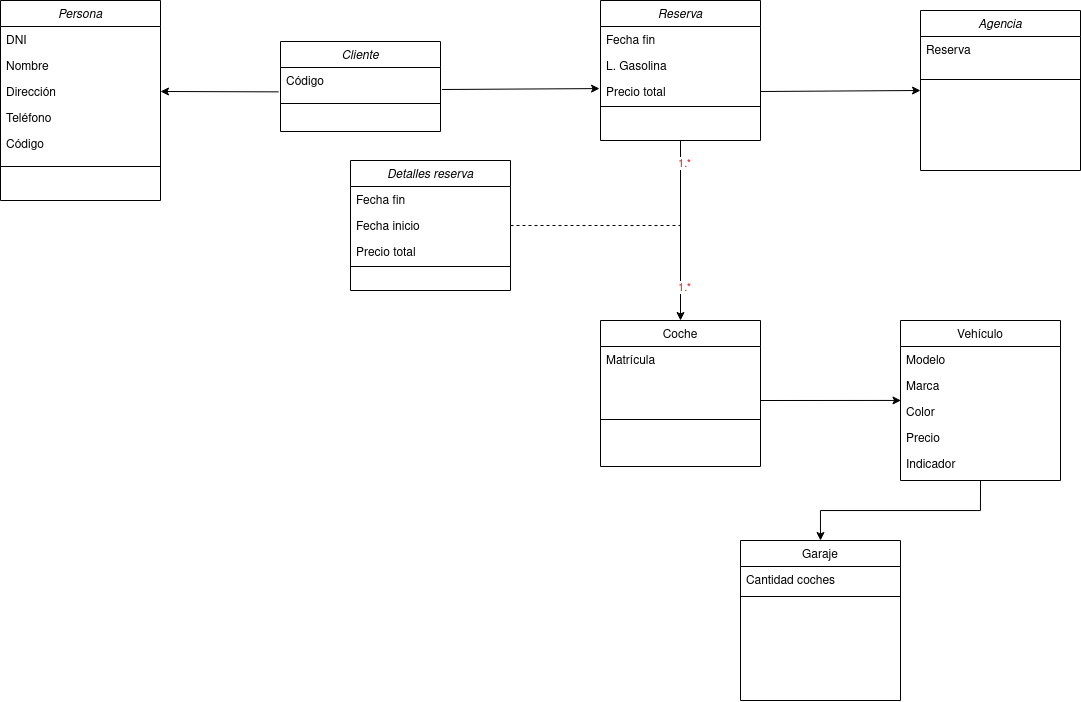
This is Tareas/AlquierCoches.drawio.png from colidom/ets, a draw.io export, as it was before one commit. Source tidied: cells renumbered, new cells last; positions are measured from the earlier drawing's top-left corner, leaving out a move shared by most shapes. The source it was exported from:
```xml
<mxGraphModel>
  <root>
    <mxCell id="0" />
    <mxCell id="1" parent="0" />
    <mxCell id="2" value="Persona" style="swimlane;fontStyle=2;align=center;verticalAlign=top;horizontal=1;startSize=26;rounded=0;shadow=0;strokeWidth=1;" parent="1" vertex="1">
      <mxGeometry width="160" height="200" as="geometry" />
    </mxCell>
    <mxCell id="3" value="DNI" style="text;align=left;verticalAlign=top;spacingLeft=4;spacingRight=4;overflow=hidden;" parent="2" vertex="1">
      <mxGeometry y="26" width="160" height="26" as="geometry" />
    </mxCell>
    <mxCell id="4" value="Nombre" style="text;align=left;verticalAlign=top;spacingLeft=4;spacingRight=4;overflow=hidden;rounded=0;shadow=0;html=0;" parent="2" vertex="1">
      <mxGeometry y="52" width="160" height="26" as="geometry" />
    </mxCell>
    <mxCell id="5" value="Dirección" style="text;align=left;verticalAlign=top;spacingLeft=4;spacingRight=4;overflow=hidden;points=[[0,0.5],[1,0.5]];portConstraint=eastwest;rounded=0;shadow=0;html=0;" parent="2" vertex="1">
      <mxGeometry y="78" width="160" height="26" as="geometry" />
    </mxCell>
    <mxCell id="6" value="Teléfono" style="text;align=left;verticalAlign=top;spacingLeft=4;spacingRight=4;overflow=hidden;rounded=0;shadow=0;html=0;" parent="2" vertex="1">
      <mxGeometry y="104" width="160" height="26" as="geometry" />
    </mxCell>
    <mxCell id="7" value="Código" style="text;align=left;verticalAlign=top;spacingLeft=4;spacingRight=4;overflow=hidden;rounded=0;shadow=0;html=0;" parent="2" vertex="1">
      <mxGeometry y="130" width="160" height="26" as="geometry" />
    </mxCell>
    <mxCell id="8" style="line;html=1;strokeWidth=1;align=left;verticalAlign=middle;spacingTop=-1;spacingLeft=3;spacingRight=3;labelPosition=right;" parent="2" vertex="1">
      <mxGeometry y="156" width="160" height="20" as="geometry" />
    </mxCell>
    <mxCell id="9" value="Coche" style="swimlane;fontStyle=0;align=center;verticalAlign=top;horizontal=1;startSize=26;rounded=0;shadow=0;strokeWidth=1;" parent="1" vertex="1">
      <mxGeometry x="600" y="320" width="160" height="146" as="geometry" />
    </mxCell>
    <mxCell id="10" value="Matrícula" style="text;align=left;verticalAlign=top;spacingLeft=4;spacingRight=4;overflow=hidden;" parent="9" vertex="1">
      <mxGeometry y="26" width="160" height="26" as="geometry" />
    </mxCell>
    <mxCell id="11" style="line;html=1;strokeWidth=1;align=left;verticalAlign=middle;spacingTop=-1;spacingLeft=3;spacingRight=3;labelPosition=right;" parent="9" vertex="1">
      <mxGeometry y="52" width="160" height="94" as="geometry" />
    </mxCell>
    <mxCell id="12" style="edgeStyle=orthogonalEdgeStyle;rounded=0;jettySize=auto;html=1;entryX=0.5;entryY=0;entryDx=0;entryDy=0;exitX=0.5;exitY=1;exitDx=0;exitDy=0;" parent="1" edge="1" source="21" target="9">
      <mxGeometry relative="1" as="geometry" />
    </mxCell>
    <mxCell id="13" value="&lt;font color=&quot;#e01b24&quot;&gt;1.*&lt;/font&gt;" style="edgeLabel;html=1;align=center;verticalAlign=middle;" parent="12" vertex="1">
      <mxGeometry x="-0.75" y="3" relative="1" as="geometry" />
    </mxCell>
    <mxCell id="14" value="&lt;font color=&quot;#e01b24&quot;&gt;1.*&lt;/font&gt;" style="edgeLabel;html=1;align=center;verticalAlign=middle;" parent="12" vertex="1">
      <mxGeometry x="0.62" y="3" relative="1" as="geometry" />
    </mxCell>
    <mxCell id="15" value="Agencia" style="swimlane;fontStyle=2;align=center;verticalAlign=top;horizontal=1;startSize=26;rounded=0;shadow=0;strokeWidth=1;" parent="1" vertex="1">
      <mxGeometry x="920" y="10" width="160" height="160" as="geometry" />
    </mxCell>
    <mxCell id="16" value="Reserva" style="text;align=left;verticalAlign=top;spacingLeft=4;spacingRight=4;overflow=hidden;" parent="15" vertex="1">
      <mxGeometry y="26" width="160" height="26" as="geometry" />
    </mxCell>
    <mxCell id="17" style="line;html=1;strokeWidth=1;align=left;verticalAlign=middle;spacingTop=-1;spacingLeft=3;spacingRight=3;labelPosition=right;" parent="15" vertex="1">
      <mxGeometry y="52" width="160" height="34" as="geometry" />
    </mxCell>
    <mxCell id="18" value="Garaje" style="swimlane;fontStyle=0;align=center;verticalAlign=top;horizontal=1;startSize=26;rounded=0;shadow=0;strokeWidth=1;" parent="1" vertex="1">
      <mxGeometry x="740" y="540" width="160" height="160" as="geometry" />
    </mxCell>
    <mxCell id="19" value="Cantidad coches" style="text;align=left;verticalAlign=top;spacingLeft=4;spacingRight=4;overflow=hidden;rounded=0;shadow=0;html=0;" parent="18" vertex="1">
      <mxGeometry y="26" width="160" height="26" as="geometry" />
    </mxCell>
    <mxCell id="20" style="line;html=1;strokeWidth=1;align=left;verticalAlign=middle;spacingTop=-1;spacingLeft=3;spacingRight=3;labelPosition=right;" parent="18" vertex="1">
      <mxGeometry y="52" width="160" height="8" as="geometry" />
    </mxCell>
    <mxCell id="21" value="Reserva" style="swimlane;fontStyle=2;align=center;verticalAlign=top;horizontal=1;startSize=26;rounded=0;shadow=0;strokeWidth=1;" parent="1" vertex="1">
      <mxGeometry x="600" width="160" height="140" as="geometry" />
    </mxCell>
    <mxCell id="22" value="Fecha fin" style="text;align=left;verticalAlign=top;spacingLeft=4;spacingRight=4;overflow=hidden;rounded=0;shadow=0;html=0;" parent="21" vertex="1">
      <mxGeometry y="26" width="160" height="26" as="geometry" />
    </mxCell>
    <mxCell id="23" value="L. Gasolina" style="text;align=left;verticalAlign=top;spacingLeft=4;spacingRight=4;overflow=hidden;rounded=0;shadow=0;html=0;" parent="21" vertex="1">
      <mxGeometry y="52" width="160" height="26" as="geometry" />
    </mxCell>
    <mxCell id="24" value="Precio total" style="text;align=left;verticalAlign=top;spacingLeft=4;spacingRight=4;overflow=hidden;rounded=0;shadow=0;html=0;" parent="21" vertex="1">
      <mxGeometry y="78" width="160" height="26" as="geometry" />
    </mxCell>
    <mxCell id="25" style="line;html=1;strokeWidth=1;align=left;verticalAlign=middle;spacingTop=-1;spacingLeft=3;spacingRight=3;labelPosition=right;" parent="21" vertex="1">
      <mxGeometry y="104" width="160" height="4" as="geometry" />
    </mxCell>
    <mxCell id="26" value="Cliente" style="swimlane;fontStyle=2;align=center;verticalAlign=top;horizontal=1;startSize=26;rounded=0;shadow=0;strokeWidth=1;" parent="1" vertex="1">
      <mxGeometry x="280" y="41" width="160" height="90" as="geometry" />
    </mxCell>
    <mxCell id="27" value="Código" style="text;align=left;verticalAlign=top;spacingLeft=4;spacingRight=4;overflow=hidden;points=[[0,0.5],[1,0.5]];portConstraint=eastwest;rounded=0;shadow=0;html=0;" parent="26" vertex="1">
      <mxGeometry y="26" width="160" height="26" as="geometry" />
    </mxCell>
    <mxCell id="28" style="line;html=1;strokeWidth=1;align=left;verticalAlign=middle;spacingTop=-1;spacingLeft=3;spacingRight=3;labelPosition=right;" parent="26" vertex="1">
      <mxGeometry y="52" width="160" height="20" as="geometry" />
    </mxCell>
    <mxCell id="29" style="endArrow=classic;html=1;rounded=0;entryX=1;entryY=0.5;entryDx=0;entryDy=0;exitX=-0.011;exitY=0.937;exitDx=0;exitDy=0;exitPerimeter=0;" parent="1" edge="1" source="27" target="5">
      <mxGeometry relative="1" as="geometry" />
    </mxCell>
    <mxCell id="30" style="endArrow=classic;html=1;rounded=0;entryX=-0.006;entryY=0.388;entryDx=0;entryDy=0;exitX=1.01;exitY=0.846;exitDx=0;exitDy=0;exitPerimeter=0;entryPerimeter=0;" parent="1" edge="1" source="27">
      <mxGeometry relative="1" as="geometry">
        <mxPoint x="599" y="88.1" as="targetPoint" />
      </mxGeometry>
    </mxCell>
    <mxCell id="31" style="endArrow=classic;html=1;rounded=0;exitX=0.5;exitY=1;exitDx=0;exitDy=0;entryX=0.5;entryY=0;entryDx=0;entryDy=0;edgeStyle=orthogonalEdgeStyle;" parent="1" edge="1" source="39" target="18">
      <mxGeometry relative="1" as="geometry" />
    </mxCell>
    <mxCell id="32" style="endArrow=classic;html=1;rounded=0;exitX=1;exitY=0.5;exitDx=0;exitDy=0;entryX=0;entryY=0.5;entryDx=0;entryDy=0;" parent="1" edge="1" target="15">
      <mxGeometry relative="1" as="geometry">
        <mxPoint x="760" y="91" as="sourcePoint" />
      </mxGeometry>
    </mxCell>
    <mxCell id="33" value="Detalles reserva" style="swimlane;fontStyle=2;align=center;verticalAlign=top;horizontal=1;startSize=26;rounded=0;shadow=0;strokeWidth=1;" parent="1" vertex="1">
      <mxGeometry x="350" y="160" width="160" height="130" as="geometry" />
    </mxCell>
    <mxCell id="34" value="Fecha fin" style="text;align=left;verticalAlign=top;spacingLeft=4;spacingRight=4;overflow=hidden;rounded=0;shadow=0;html=0;" parent="33" vertex="1">
      <mxGeometry y="26" width="160" height="26" as="geometry" />
    </mxCell>
    <mxCell id="35" value="Fecha inicio" style="text;align=left;verticalAlign=top;spacingLeft=4;spacingRight=4;overflow=hidden;points=[[0,0.5],[1,0.5]];portConstraint=eastwest;" parent="33" vertex="1">
      <mxGeometry y="52" width="160" height="26" as="geometry" />
    </mxCell>
    <mxCell id="36" value="Precio total" style="text;align=left;verticalAlign=top;spacingLeft=4;spacingRight=4;overflow=hidden;rounded=0;shadow=0;html=0;" parent="33" vertex="1">
      <mxGeometry y="78" width="160" height="26" as="geometry" />
    </mxCell>
    <mxCell id="37" style="line;html=1;strokeWidth=1;align=left;verticalAlign=middle;spacingTop=-1;spacingLeft=3;spacingRight=3;labelPosition=right;" parent="33" vertex="1">
      <mxGeometry y="104" width="160" height="4" as="geometry" />
    </mxCell>
    <mxCell id="38" style="endArrow=none;html=1;rounded=0;exitX=1;exitY=0.5;exitDx=0;exitDy=0;endFill=0;dashed=1;" parent="1" edge="1" source="35">
      <mxGeometry relative="1" as="geometry">
        <mxPoint x="680" y="225" as="targetPoint" />
      </mxGeometry>
    </mxCell>
    <mxCell id="39" value="Vehículo" style="swimlane;fontStyle=0;align=center;verticalAlign=top;horizontal=1;startSize=26;rounded=0;shadow=0;strokeWidth=1;" parent="1" vertex="1">
      <mxGeometry x="900" y="320" width="160" height="160" as="geometry" />
    </mxCell>
    <mxCell id="40" value="Modelo    " style="text;align=left;verticalAlign=top;spacingLeft=4;spacingRight=4;overflow=hidden;rounded=0;shadow=0;html=0;" parent="39" vertex="1">
      <mxGeometry y="26" width="160" height="26" as="geometry" />
    </mxCell>
    <mxCell id="41" value="Marca" style="text;align=left;verticalAlign=top;spacingLeft=4;spacingRight=4;overflow=hidden;points=[[0,0.5],[1,0.5]];portConstraint=eastwest;rounded=0;shadow=0;html=0;" parent="39" vertex="1">
      <mxGeometry y="52" width="160" height="26" as="geometry" />
    </mxCell>
    <mxCell id="42" value="Color" style="text;align=left;verticalAlign=top;spacingLeft=4;spacingRight=4;overflow=hidden;rounded=0;shadow=0;html=0;" parent="39" vertex="1">
      <mxGeometry y="78" width="160" height="26" as="geometry" />
    </mxCell>
    <mxCell id="43" value="Precio" style="text;align=left;verticalAlign=top;spacingLeft=4;spacingRight=4;overflow=hidden;rounded=0;shadow=0;html=0;" parent="39" vertex="1">
      <mxGeometry y="104" width="160" height="26" as="geometry" />
    </mxCell>
    <mxCell id="44" value="Indicador" style="text;align=left;verticalAlign=top;spacingLeft=4;spacingRight=4;overflow=hidden;rounded=0;shadow=0;html=0;" parent="39" vertex="1">
      <mxGeometry y="130" width="160" height="26" as="geometry" />
    </mxCell>
    <mxCell id="45" style="endArrow=classic;html=1;rounded=0;entryX=0.003;entryY=1.075;entryDx=0;entryDy=0;entryPerimeter=0;" parent="1" edge="1" target="41">
      <mxGeometry relative="1" as="geometry">
        <mxPoint x="760" y="400" as="sourcePoint" />
      </mxGeometry>
    </mxCell>
  </root>
</mxGraphModel>
```
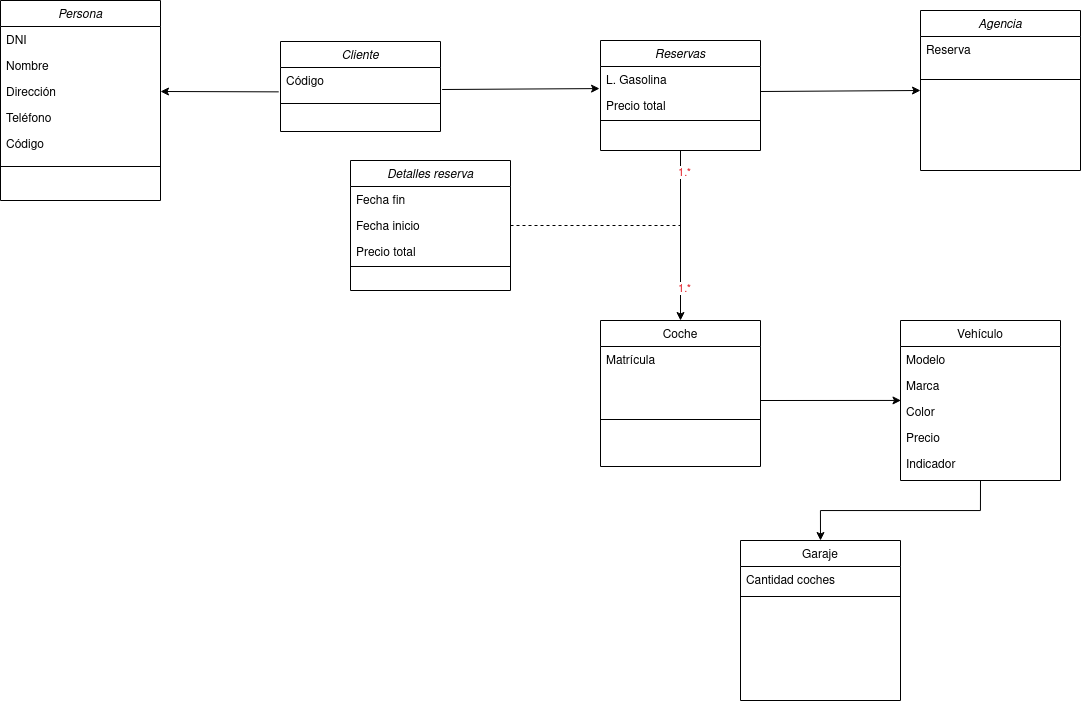
After the commit.

What changed in the source:
```diff
@@ -59,20 +59,17 @@
     <mxCell id="20" style="line;html=1;strokeWidth=1;align=left;verticalAlign=middle;spacingTop=-1;spacingLeft=3;spacingRight=3;labelPosition=right;" parent="18" vertex="1">
       <mxGeometry y="52" width="160" height="8" as="geometry" />
     </mxCell>
-    <mxCell id="21" value="Reserva" style="swimlane;fontStyle=2;align=center;verticalAlign=top;horizontal=1;startSize=26;rounded=0;shadow=0;strokeWidth=1;" parent="1" vertex="1">
-      <mxGeometry x="600" width="160" height="140" as="geometry" />
+    <mxCell id="21" value="Reservas" style="swimlane;fontStyle=2;align=center;verticalAlign=top;horizontal=1;startSize=26;rounded=0;shadow=0;strokeWidth=1;" parent="1" vertex="1">
+      <mxGeometry x="600" y="40" width="160" height="110" as="geometry" />
     </mxCell>
-    <mxCell id="22" value="Fecha fin" style="text;align=left;verticalAlign=top;spacingLeft=4;spacingRight=4;overflow=hidden;rounded=0;shadow=0;html=0;" parent="21" vertex="1">
-      <mxGeometry y="26" width="160" height="26" as="geometry" />
-    </mxCell>
     <mxCell id="23" value="L. Gasolina" style="text;align=left;verticalAlign=top;spacingLeft=4;spacingRight=4;overflow=hidden;rounded=0;shadow=0;html=0;" parent="21" vertex="1">
-      <mxGeometry y="52" width="160" height="26" as="geometry" />
+      <mxGeometry y="26" width="160" height="26" as="geometry" />
     </mxCell>
     <mxCell id="24" value="Precio total" style="text;align=left;verticalAlign=top;spacingLeft=4;spacingRight=4;overflow=hidden;rounded=0;shadow=0;html=0;" parent="21" vertex="1">
-      <mxGeometry y="78" width="160" height="26" as="geometry" />
+      <mxGeometry y="52" width="160" height="26" as="geometry" />
     </mxCell>
     <mxCell id="25" style="line;html=1;strokeWidth=1;align=left;verticalAlign=middle;spacingTop=-1;spacingLeft=3;spacingRight=3;labelPosition=right;" parent="21" vertex="1">
-      <mxGeometry y="104" width="160" height="4" as="geometry" />
+      <mxGeometry y="78" width="160" height="4" as="geometry" />
     </mxCell>
     <mxCell id="26" value="Cliente" style="swimlane;fontStyle=2;align=center;verticalAlign=top;horizontal=1;startSize=26;rounded=0;shadow=0;strokeWidth=1;" parent="1" vertex="1">
       <mxGeometry x="280" y="41" width="160" height="90" as="geometry" />
```
